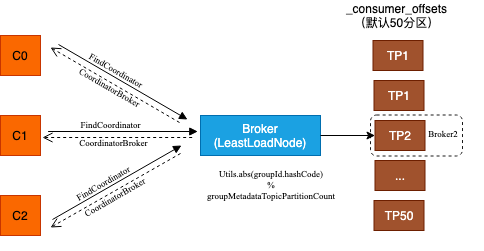
Earlier version of the draw.io export com.guann1n9.diagrams/kakfa/find groupcoordinator.png (GuanN1ng/diagrams). Source tidied: cells renumbered, new cells last; positions are measured from the earlier drawing's top-left corner, leaving out a move shared by most shapes.
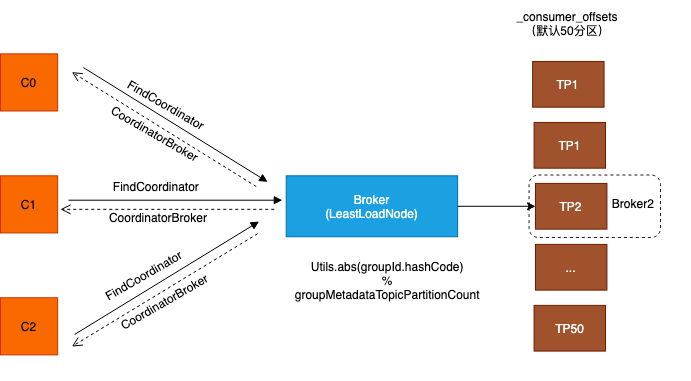
The same diagram one commit later.

Diff of the diagram source:
```diff
@@ -2,119 +2,122 @@
   <root>
     <mxCell id="0" />
     <mxCell id="1" parent="0" />
+    <mxCell id="34" style="group;fontSize=12;fontFamily=Helvetica;" parent="1" vertex="1">
+      <mxGeometry x="130" y="-10" width="690" height="380" as="geometry" />
+    </mxCell>
-    <mxCell id="2" value="C0" style="whiteSpace=wrap;html=1;fillColor=#fa6800;fontColor=#000000;strokeColor=#C73500;" parent="1" vertex="1">
-      <mxGeometry y="35" width="40" height="40" as="geometry" />
+    <mxCell id="2" value="C0" style="whiteSpace=wrap;html=1;fillColor=#fa6800;fontColor=#000000;strokeColor=#C73500;fontSize=12;fontFamily=Helvetica;" parent="34" vertex="1">
+      <mxGeometry y="53.4" width="57.1" height="57.1" as="geometry" />
     </mxCell>
-    <mxCell id="3" value="C1" style="whiteSpace=wrap;html=1;fillColor=#fa6800;fontColor=#000000;strokeColor=#C73500;" parent="1" vertex="1">
-      <mxGeometry y="115" width="40" height="40" as="geometry" />
+    <mxCell id="3" value="C1" style="whiteSpace=wrap;html=1;fillColor=#fa6800;fontColor=#000000;strokeColor=#C73500;fontSize=12;fontFamily=Helvetica;" parent="34" vertex="1">
+      <mxGeometry y="175.3" width="57.1" height="57.1" as="geometry" />
     </mxCell>
-    <mxCell id="4" value="C2" style="whiteSpace=wrap;html=1;fillColor=#fa6800;fontColor=#000000;strokeColor=#C73500;" parent="1" vertex="1">
-      <mxGeometry y="195" width="40" height="40" as="geometry" />
+    <mxCell id="4" value="C2" style="whiteSpace=wrap;html=1;fillColor=#fa6800;fontColor=#000000;strokeColor=#C73500;fontSize=12;fontFamily=Helvetica;" parent="34" vertex="1">
+      <mxGeometry y="297.3" width="57.1" height="57.1" as="geometry" />
     </mxCell>
-    <mxCell id="5" value="Broker&lt;br&gt;(LeastLoadNode)" style="rounded=0;whiteSpace=wrap;html=1;fillColor=#1ba1e2;fontColor=#ffffff;strokeColor=#006EAF;" parent="1" vertex="1">
-      <mxGeometry x="200" y="115" width="120" height="40" as="geometry" />
+    <mxCell id="5" value="Broker&lt;br style=&quot;font-size: 12px;&quot;&gt;(LeastLoadNode)" style="rounded=0;whiteSpace=wrap;html=1;fillColor=#1ba1e2;fontColor=#ffffff;strokeColor=#006EAF;fontSize=12;fontFamily=Helvetica;" parent="34" vertex="1">
+      <mxGeometry x="285.7" y="175.3" width="171.4" height="61" as="geometry" />
     </mxCell>
-    <mxCell id="6" value="TP1" style="rounded=0;whiteSpace=wrap;html=1;fontSize=10;fillColor=#a0522d;fontColor=#ffffff;strokeColor=#6D1F00;" parent="1" vertex="1">
-      <mxGeometry x="373.5" y="80" width="50" height="30" as="geometry" />
+    <mxCell id="6" value="TP1" style="rounded=0;whiteSpace=wrap;html=1;fontSize=12;fillColor=#a0522d;fontColor=#ffffff;strokeColor=#6D1F00;fontFamily=Helvetica;" parent="34" vertex="1">
+      <mxGeometry x="533.6" y="121.9" width="71.4" height="45.7" as="geometry" />
     </mxCell>
-    <mxCell id="7" value="TP2" style="rounded=0;whiteSpace=wrap;html=1;fontSize=10;fillColor=#a0522d;fontColor=#ffffff;strokeColor=#6D1F00;" parent="1" vertex="1">
-      <mxGeometry x="374.5" y="120" width="50" height="30" as="geometry" />
+    <mxCell id="7" value="TP2" style="rounded=0;whiteSpace=wrap;html=1;fontSize=12;fillColor=#a0522d;fontColor=#ffffff;strokeColor=#6D1F00;fontFamily=Helvetica;" parent="34" vertex="1">
+      <mxGeometry x="535" y="182.9" width="71.4" height="45.7" as="geometry" />
     </mxCell>
-    <mxCell id="8" value="TP50" style="rounded=0;whiteSpace=wrap;html=1;fontSize=10;fillColor=#a0522d;fontColor=#ffffff;strokeColor=#6D1F00;" parent="1" vertex="1">
-      <mxGeometry x="373.5" y="200" width="50" height="30" as="geometry" />
+    <mxCell id="8" value="TP50" style="rounded=0;whiteSpace=wrap;html=1;fontSize=12;fillColor=#a0522d;fontColor=#ffffff;strokeColor=#6D1F00;fontFamily=Helvetica;" parent="34" vertex="1">
+      <mxGeometry x="533.6" y="304.9" width="71.4" height="45.7" as="geometry" />
     </mxCell>
-    <mxCell id="9" value="..." style="rounded=0;whiteSpace=wrap;html=1;fontSize=10;fillColor=#a0522d;fontColor=#ffffff;strokeColor=#6D1F00;" parent="1" vertex="1">
-      <mxGeometry x="374.5" y="160" width="50" height="30" as="geometry" />
+    <mxCell id="9" value="..." style="rounded=0;whiteSpace=wrap;html=1;fontSize=12;fillColor=#a0522d;fontColor=#ffffff;strokeColor=#6D1F00;fontFamily=Helvetica;" parent="34" vertex="1">
+      <mxGeometry x="535" y="243.9" width="71.4" height="45.7" as="geometry" />
     </mxCell>
-    <mxCell id="10" value="_consumer_offsets&lt;br&gt;（默认50分区）" style="text;html=1;strokeColor=none;fillColor=none;align=center;verticalAlign=middle;whiteSpace=wrap;rounded=0;fontSize=10;" parent="1" vertex="1">
-      <mxGeometry x="349" width="95" height="30" as="geometry" />
+    <mxCell id="10" value="_consumer_offsets&lt;br style=&quot;font-size: 12px;&quot;&gt;（默认50分区）" style="text;html=1;strokeColor=none;fillColor=none;align=center;verticalAlign=middle;whiteSpace=wrap;rounded=0;fontSize=12;fontFamily=Helvetica;" parent="34" vertex="1">
+      <mxGeometry x="498.6" width="135.7" height="45.7" as="geometry" />
     </mxCell>
-    <mxCell id="11" value="TP1" style="rounded=0;whiteSpace=wrap;html=1;fontSize=10;fillColor=#a0522d;fontColor=#ffffff;strokeColor=#6D1F00;" parent="1" vertex="1">
-      <mxGeometry x="372.5" y="40" width="50" height="30" as="geometry" />
+    <mxCell id="11" value="TP1" style="rounded=0;whiteSpace=wrap;html=1;fontSize=12;fillColor=#a0522d;fontColor=#ffffff;strokeColor=#6D1F00;fontFamily=Helvetica;" parent="34" vertex="1">
+      <mxGeometry x="532.1" y="61" width="71.4" height="45.7" as="geometry" />
     </mxCell>
-    <mxCell id="12" style="endArrow=classic;html=1;rounded=0;fontFamily=Georgia;fontSize=1;exitX=1;exitY=0.5;exitDx=0;exitDy=0;entryX=0;entryY=0.5;entryDx=0;entryDy=0;" parent="1" edge="1" source="5" target="7">
+    <mxCell id="12" style="endArrow=classic;html=1;rounded=0;fontFamily=Helvetica;fontSize=12;exitX=1;exitY=0.5;exitDx=0;exitDy=0;entryX=0;entryY=0.5;entryDx=0;entryDy=0;" parent="34" edge="1" source="5" target="7">
       <mxGeometry relative="1" as="geometry" />
     </mxCell>
-    <mxCell id="13" style="group;" parent="1" vertex="1">
-      <mxGeometry x="42" y="114" width="170" height="48" as="geometry" />
+    <mxCell id="13" style="group;fontSize=12;fontFamily=Helvetica;" parent="34" vertex="1">
+      <mxGeometry x="60" y="173.8" width="242.9" height="73.2" as="geometry" />
     </mxCell>
-    <mxCell id="14" style="group;" parent="13" vertex="1">
-      <mxGeometry y="17" width="155.3" height="6" as="geometry" />
+    <mxCell id="14" style="group;fontSize=12;fontFamily=Helvetica;" parent="13" vertex="1">
+      <mxGeometry y="25.9" width="221.8" height="9.1" as="geometry" />
     </mxCell>
-    <mxCell id="15" style="html=1;verticalAlign=bottom;endArrow=block;rounded=0;fontFamily=Georgia;fontSize=1;" parent="14" edge="1">
+    <mxCell id="15" style="html=1;verticalAlign=bottom;endArrow=block;rounded=0;fontFamily=Helvetica;fontSize=12;" parent="14" edge="1">
       <mxGeometry relative="1" as="geometry">
-        <mxPoint x="5.6" as="sourcePoint" />
-        <mxPoint x="155.3" as="targetPoint" />
+        <mxPoint x="8" as="sourcePoint" />
+        <mxPoint x="221.8" as="targetPoint" />
       </mxGeometry>
     </mxCell>
-    <mxCell id="16" style="html=1;verticalAlign=bottom;endArrow=open;dashed=1;endSize=8;rounded=0;fontFamily=Georgia;fontSize=1;" parent="14" edge="1">
+    <mxCell id="16" style="html=1;verticalAlign=bottom;endArrow=open;dashed=1;endSize=8;rounded=0;fontFamily=Helvetica;fontSize=12;" parent="14" edge="1">
       <mxGeometry x="-0.05" y="-7" relative="1" as="geometry">
-        <mxPoint x="149.7" y="6" as="sourcePoint" />
-        <mxPoint y="6" as="targetPoint" />
+        <mxPoint x="213.8" y="9.1" as="sourcePoint" />
+        <mxPoint y="9.1" as="targetPoint" />
       </mxGeometry>
     </mxCell>
-    <mxCell id="17" value="FindCoordinator" style="text;strokeColor=none;fillColor=none;spacingLeft=4;spacingRight=4;overflow=hidden;fontSize=9;rounded=0;glass=0;sketch=0;fontFamily=Times New Roman;opacity=90;spacing=1;" parent="13" vertex="1">
-      <mxGeometry x="33.5" width="136.5" height="30" as="geometry" />
+    <mxCell id="17" value="FindCoordinator" style="text;strokeColor=none;fillColor=none;spacingLeft=4;spacingRight=4;overflow=hidden;fontSize=12;rounded=0;glass=0;sketch=0;fontFamily=Helvetica;opacity=90;spacing=1;" parent="13" vertex="1">
+      <mxGeometry x="47.8" width="195.1" height="45.7" as="geometry" />
     </mxCell>
-    <mxCell id="18" value="CoordinatorBroker" style="text;strokeColor=none;fillColor=none;spacingLeft=4;spacingRight=4;overflow=hidden;fontSize=9;rounded=0;glass=0;sketch=0;fontFamily=Times New Roman;opacity=90;spacing=1;" parent="13" vertex="1">
-      <mxGeometry x="32.1" y="18" width="136.5" height="30" as="geometry" />
+    <mxCell id="18" value="CoordinatorBroker" style="text;strokeColor=none;fillColor=none;spacingLeft=4;spacingRight=4;overflow=hidden;fontSize=12;rounded=0;glass=0;sketch=0;fontFamily=Helvetica;opacity=90;spacing=1;" parent="13" vertex="1">
+      <mxGeometry x="43.9" y="31.4" width="195.1" height="45.7" as="geometry" />
     </mxCell>
-    <mxCell id="19" style="group;rotation=-30;" parent="1" vertex="1">
-      <mxGeometry x="39" y="162" width="170" height="48" as="geometry" />
+    <mxCell id="19" style="group;rotation=-30;fontSize=12;fontFamily=Helvetica;" parent="34" vertex="1">
+      <mxGeometry x="55.7" y="246.9" width="242.9" height="73.2" as="geometry" />
     </mxCell>
-    <mxCell id="20" style="group;rotation=-30;" parent="19" vertex="1">
-      <mxGeometry x="-1" y="21" width="155.3" height="6" as="geometry" />
+    <mxCell id="20" style="group;rotation=-30;fontSize=12;fontFamily=Helvetica;" parent="19" vertex="1">
+      <mxGeometry x="-1.4" y="32" width="221.8" height="9.1" as="geometry" />
     </mxCell>
-    <mxCell id="21" style="html=1;verticalAlign=bottom;endArrow=block;rounded=0;fontFamily=Georgia;fontSize=1;" parent="20" edge="1">
+    <mxCell id="21" style="html=1;verticalAlign=bottom;endArrow=block;rounded=0;fontFamily=Helvetica;fontSize=12;" parent="20" edge="1">
       <mxGeometry relative="1" as="geometry">
-        <mxPoint x="14" y="36" as="sourcePoint" />
-        <mxPoint x="143" y="-38" as="targetPoint" />
+        <mxPoint x="20" y="54.9" as="sourcePoint" />
+        <mxPoint x="204.3" y="-57.9" as="targetPoint" />
       </mxGeometry>
     </mxCell>
-    <mxCell id="22" style="html=1;verticalAlign=bottom;endArrow=open;dashed=1;endSize=8;rounded=0;fontFamily=Georgia;fontSize=1;" parent="20" edge="1">
+    <mxCell id="22" style="html=1;verticalAlign=bottom;endArrow=open;dashed=1;endSize=8;rounded=0;fontFamily=Helvetica;fontSize=12;" parent="20" edge="1">
       <mxGeometry x="-0.05" y="-7" relative="1" as="geometry">
-        <mxPoint x="142" y="-30" as="sourcePoint" />
-        <mxPoint x="12" y="44" as="targetPoint" />
+        <mxPoint x="202.9" y="-45.7" as="sourcePoint" />
+        <mxPoint x="17.1" y="67.1" as="targetPoint" />
       </mxGeometry>
     </mxCell>
-    <mxCell id="23" value="FindCoordinator" style="text;strokeColor=none;fillColor=none;spacingLeft=4;spacingRight=4;overflow=hidden;fontSize=9;rounded=0;glass=0;sketch=0;fontFamily=Times New Roman;opacity=90;spacing=1;rotation=-30;" parent="19" vertex="1">
-      <mxGeometry x="27" y="-7" width="136.5" height="30" as="geometry" />
+    <mxCell id="23" value="FindCoordinator" style="text;strokeColor=none;fillColor=none;spacingLeft=4;spacingRight=4;overflow=hidden;fontSize=12;rounded=0;glass=0;sketch=0;fontFamily=Helvetica;opacity=90;spacing=1;rotation=-30;" parent="19" vertex="1">
+      <mxGeometry x="38.6" y="-10.7" width="195.1" height="45.7" as="geometry" />
     </mxCell>
-    <mxCell id="24" value="CoordinatorBroker" style="text;strokeColor=none;fillColor=none;spacingLeft=4;spacingRight=4;overflow=hidden;fontSize=9;rounded=0;glass=0;sketch=0;fontFamily=Times New Roman;opacity=90;spacing=1;rotation=-30;" parent="19" vertex="1">
-      <mxGeometry x="35" y="9" width="136.5" height="30" as="geometry" />
+    <mxCell id="24" value="CoordinatorBroker" style="text;strokeColor=none;fillColor=none;spacingLeft=4;spacingRight=4;overflow=hidden;fontSize=12;rounded=0;glass=0;sketch=0;fontFamily=Helvetica;opacity=90;spacing=1;rotation=-30;" parent="19" vertex="1">
+      <mxGeometry x="54" y="18.7" width="195.1" height="45.7" as="geometry" />
     </mxCell>
-    <mxCell id="25" style="rounded=1;whiteSpace=wrap;html=1;glass=0;sketch=0;fontFamily=Times New Roman;fontSize=11;opacity=90;fillColor=none;dashed=1;" parent="1" vertex="1">
-      <mxGeometry x="370" y="114.5" width="92" height="41" as="geometry" />
+    <mxCell id="25" style="rounded=1;whiteSpace=wrap;html=1;glass=0;sketch=0;fontFamily=Helvetica;fontSize=12;opacity=90;fillColor=none;dashed=1;" parent="34" vertex="1">
+      <mxGeometry x="528.6" y="174.5" width="131.4" height="62.5" as="geometry" />
     </mxCell>
-    <mxCell id="26" style="group;rotation=30;" parent="1" vertex="1">
-      <mxGeometry x="38" y="66" width="170" height="48" as="geometry" />
+    <mxCell id="26" style="group;rotation=30;fontSize=12;fontFamily=Helvetica;" parent="34" vertex="1">
+      <mxGeometry x="54.3" y="100.6" width="242.9" height="73.2" as="geometry" />
     </mxCell>
-    <mxCell id="27" style="group;rotation=30;" parent="26" vertex="1">
-      <mxGeometry x="3" y="14" width="155.3" height="6" as="geometry" />
+    <mxCell id="27" style="group;rotation=30;fontSize=12;fontFamily=Helvetica;" parent="26" vertex="1">
+      <mxGeometry x="4.3" y="21.3" width="221.8" height="9.1" as="geometry" />
     </mxCell>
-    <mxCell id="28" style="html=1;verticalAlign=bottom;endArrow=block;rounded=0;fontFamily=Georgia;fontSize=1;" parent="27" edge="1">
+    <mxCell id="28" style="html=1;verticalAlign=bottom;endArrow=block;rounded=0;fontFamily=Helvetica;fontSize=12;" parent="27" edge="1">
       <mxGeometry relative="1" as="geometry">
-        <mxPoint x="17" y="-36" as="sourcePoint" />
-        <mxPoint x="146" y="39" as="targetPoint" />
+        <mxPoint x="24.3" y="-54.9" as="sourcePoint" />
+        <mxPoint x="208.6" y="59.5" as="targetPoint" />
       </mxGeometry>
     </mxCell>
-    <mxCell id="29" style="html=1;verticalAlign=bottom;endArrow=open;dashed=1;endSize=8;rounded=0;fontFamily=Georgia;fontSize=1;" parent="27" edge="1">
+    <mxCell id="29" style="html=1;verticalAlign=bottom;endArrow=open;dashed=1;endSize=8;rounded=0;fontFamily=Helvetica;fontSize=12;" parent="27" edge="1">
       <mxGeometry x="-0.05" y="-7" relative="1" as="geometry">
-        <mxPoint x="138" y="42" as="sourcePoint" />
-        <mxPoint x="9" y="-33" as="targetPoint" />
+        <mxPoint x="197.1" y="64" as="sourcePoint" />
+        <mxPoint x="12.9" y="-50.3" as="targetPoint" />
       </mxGeometry>
     </mxCell>
-    <mxCell id="30" value="FindCoordinator" style="text;strokeColor=none;fillColor=none;spacingLeft=4;spacingRight=4;overflow=hidden;fontSize=9;rounded=0;glass=0;sketch=0;fontFamily=Times New Roman;opacity=90;spacing=1;rotation=30;" parent="26" vertex="1">
-      <mxGeometry x="36" y="10" width="136.5" height="30" as="geometry" />
+    <mxCell id="30" value="FindCoordinator" style="text;strokeColor=none;fillColor=none;spacingLeft=4;spacingRight=4;overflow=hidden;fontSize=12;rounded=0;glass=0;sketch=0;fontFamily=Helvetica;opacity=90;spacing=1;rotation=30;" parent="26" vertex="1">
+      <mxGeometry x="51.4" y="15.2" width="195.1" height="45.7" as="geometry" />
     </mxCell>
-    <mxCell id="31" value="CoordinatorBroker" style="text;strokeColor=none;fillColor=none;spacingLeft=4;spacingRight=4;overflow=hidden;fontSize=9;rounded=0;glass=0;sketch=0;fontFamily=Times New Roman;opacity=90;spacing=1;rotation=30;" parent="26" vertex="1">
-      <mxGeometry x="26" y="25" width="136.5" height="30" as="geometry" />
+    <mxCell id="31" value="CoordinatorBroker" style="text;strokeColor=none;fillColor=none;spacingLeft=4;spacingRight=4;overflow=hidden;fontSize=12;rounded=0;glass=0;sketch=0;fontFamily=Helvetica;opacity=90;spacing=1;rotation=30;" parent="26" vertex="1">
+      <mxGeometry x="35.1" y="41.1" width="195.1" height="45.7" as="geometry" />
     </mxCell>
-    <mxCell id="32" value="Utils.abs(groupId.hashCode)&#10;%&#10;groupMetadataTopicPartitionCount" style="text;align=center;fontStyle=0;verticalAlign=middle;spacingLeft=3;spacingRight=3;strokeColor=none;rounded=0;glass=0;sketch=0;fontFamily=Times New Roman;fontSize=9;opacity=90;spacing=1;" parent="1" vertex="1">
-      <mxGeometry x="231" y="171" width="80" height="26" as="geometry" />
+    <mxCell id="32" value="Utils.abs(groupId.hashCode)&#10;%&#10;groupMetadataTopicPartitionCount" style="text;align=center;fontStyle=0;verticalAlign=middle;spacingLeft=3;spacingRight=3;strokeColor=none;rounded=0;glass=0;sketch=0;fontFamily=Helvetica;fontSize=12;opacity=90;spacing=1;" parent="34" vertex="1">
+      <mxGeometry x="330" y="260.7" width="114.3" height="39.6" as="geometry" />
     </mxCell>
-    <mxCell id="33" value="Broker2" style="text;align=center;fontStyle=0;verticalAlign=middle;spacingLeft=3;spacingRight=3;strokeColor=none;rounded=0;glass=0;sketch=0;fontFamily=Times New Roman;fontSize=9;opacity=90;spacing=1;" parent="1" vertex="1">
-      <mxGeometry x="403" y="120" width="80" height="26" as="geometry" />
+    <mxCell id="33" value="Broker2" style="text;align=center;fontStyle=0;verticalAlign=middle;spacingLeft=3;spacingRight=3;strokeColor=none;rounded=0;glass=0;sketch=0;fontFamily=Helvetica;fontSize=12;opacity=90;spacing=1;" parent="34" vertex="1">
+      <mxGeometry x="575.7" y="182.9" width="114.3" height="39.6" as="geometry" />
     </mxCell>
   </root>
 </mxGraphModel>
```
